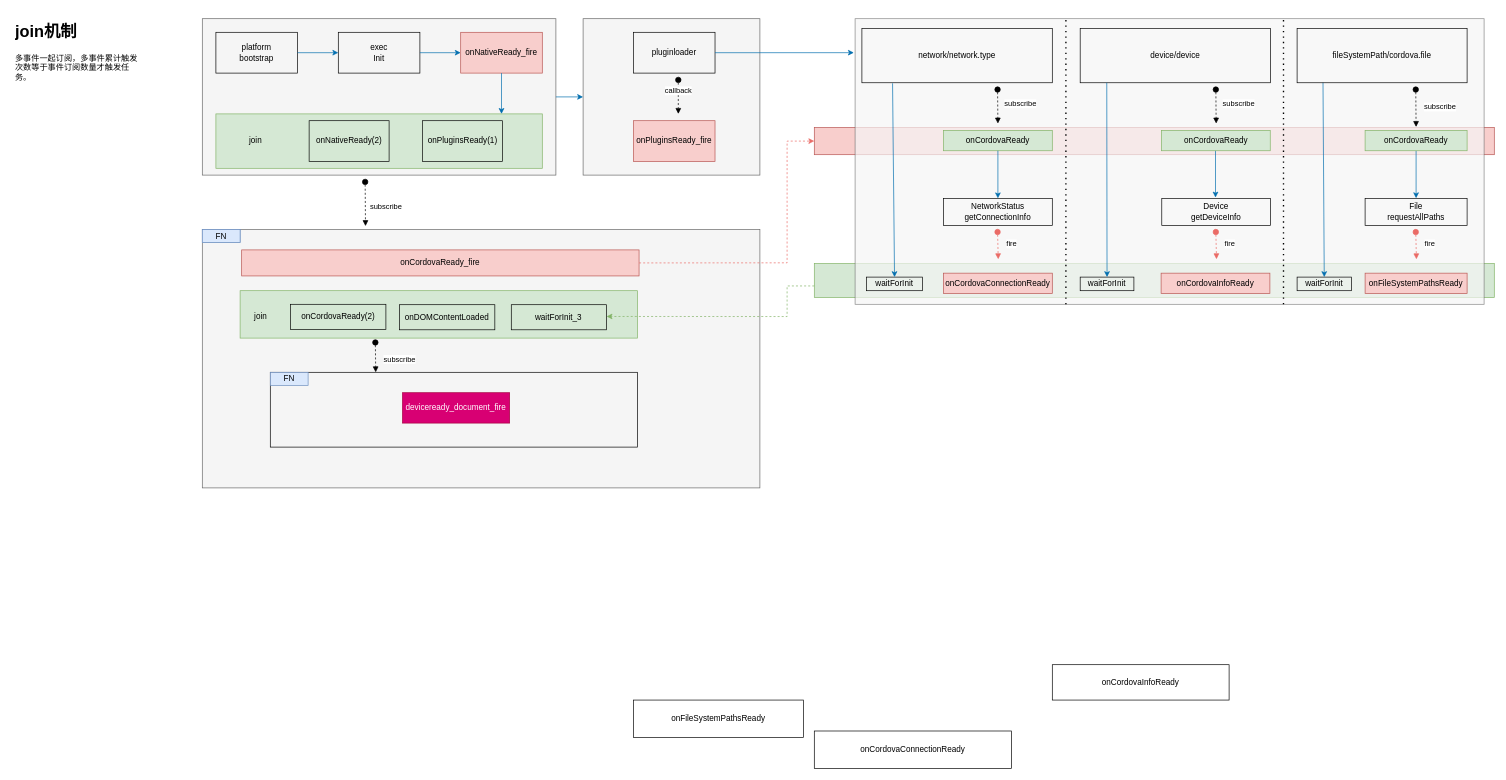
Above: cordova/subscribe.drawio in jsven/design-draw (draw.io), before the change. Source tidied: cells renumbered, new cells numbered last; positions are measured from the earlier drawing's top-left corner, leaving out a move shared by most shapes. Both pictures are drawn from the tidied source at 68%, with x=0, y=0 at pixel (12, 18).
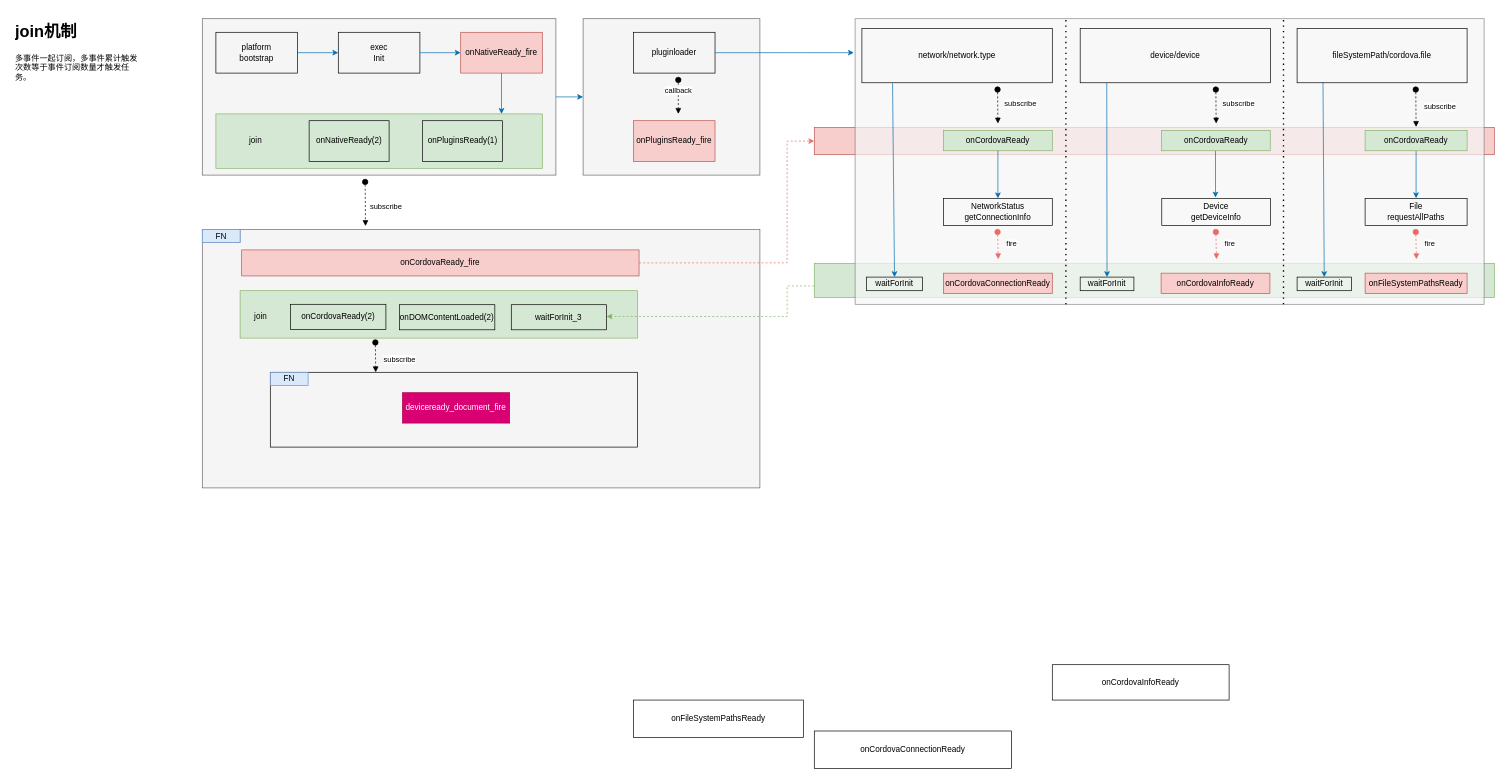
Above is the later version.

Diff of the diagram source:
```diff
@@
-    <mxCell id="32" value="&lt;span style=&quot;font-family: &amp;#34;helvetica&amp;#34;&quot;&gt;onDOMContentLoaded&lt;/span&gt;" style="rounded=0;whiteSpace=wrap;html=1;fillColor=none;" parent="1" vertex="1">
+    <mxCell id="32" value="&lt;span style=&quot;font-family: &amp;#34;helvetica&amp;#34;&quot;&gt;onDOMContentLoaded(2)&lt;/span&gt;" style="rounded=0;whiteSpace=wrap;html=1;fillColor=none;" parent="1" vertex="1">
       <mxGeometry x="570" y="420.6" width="140.2" height="36.9" as="geometry" />
     </mxCell>
```
